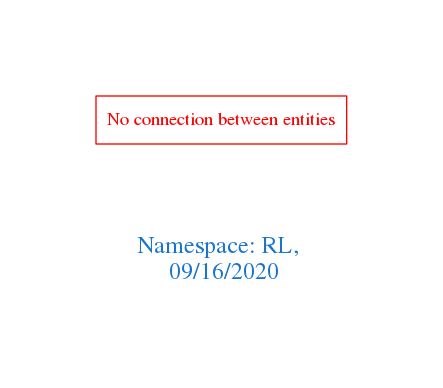
arago/OGIT keeps this Graphviz diagram as downloads/RL.png. Above is the earlier version. Its source is kept beside it as downloads/RL.dot.
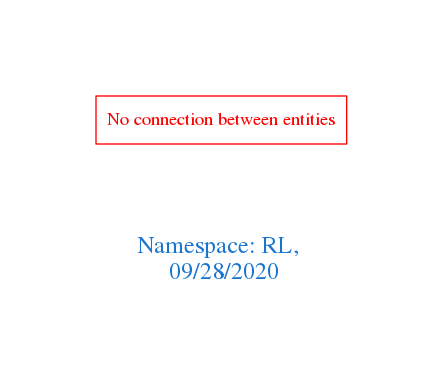
Above is the later version.

The edit, as a diff of the source:
```diff
@@ -1,7 +1,7 @@
 digraph OGIT_ontology {
  graph [ rankdir= LR,pad=1
 fontsize = 18,
-fontcolor= dodgerblue3,label = "\n\n\nNamespace: RL, \n 09/16/2020"];
+fontcolor= dodgerblue3,label = "\n\n\nNamespace: RL, \n 09/28/2020"];
 node[shape=polygon];
 edge [  color="gray81"];
 
```
